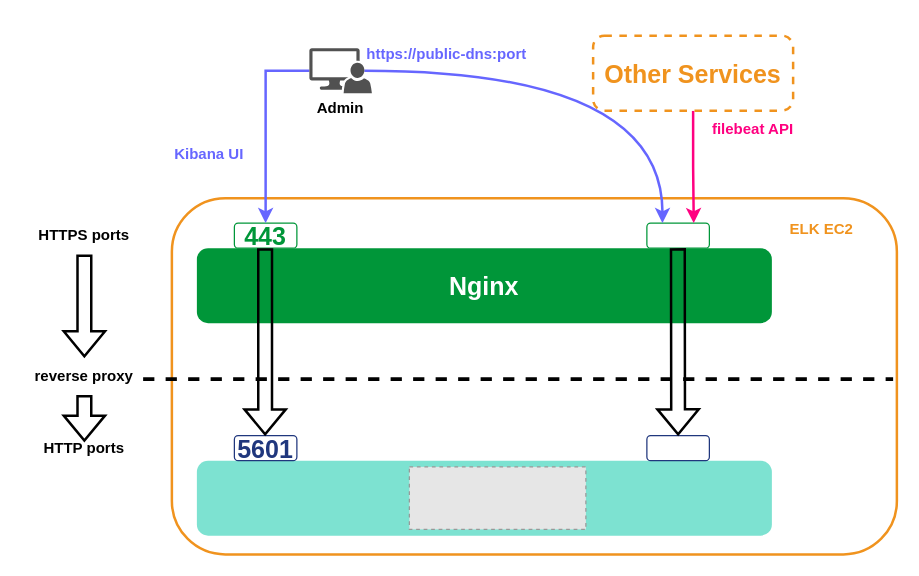
This is docs/docs/img/elk-deployment-diagram.drawio from QubitPi/hashistack, a draw.io file, before an edit. Source tidied: cells renumbered, new cells numbered last; positions are measured from the earlier drawing's top-left corner, leaving out a move shared by most shapes. Both pictures are drawn from the tidied source at 125%, with x=0, y=0 at pixel (21, 35). Pictures stored in the file or linked from it are replaced by grey dashed boxes.
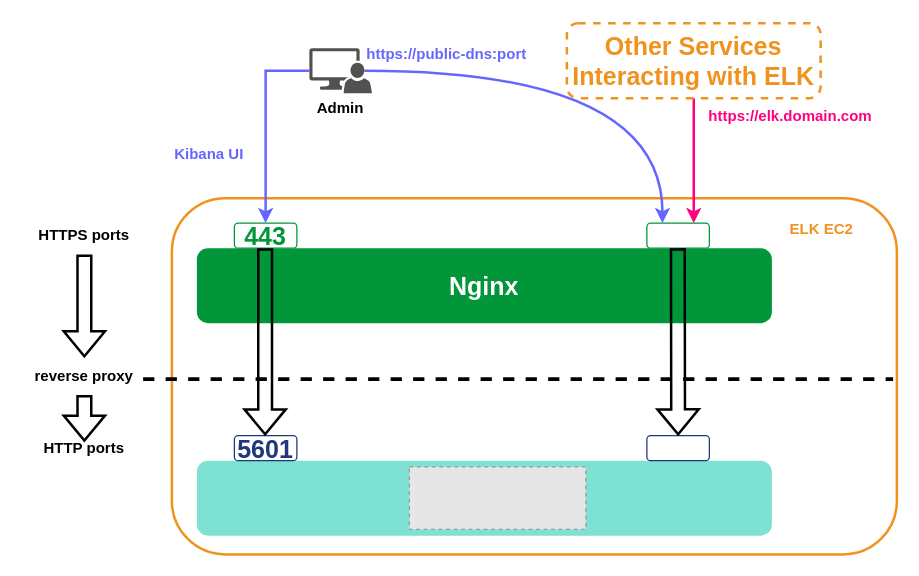
After the change.

Commit message (it also covers changes not shown here):
Update ELK deployment diagram (#151)

What changed in the source:
```diff
@@
-    <mxCell id="22" value="&lt;font color=&quot;#f0931e&quot; style=&quot;font-size: 20px;&quot;&gt;&lt;span&gt;Other Services&lt;/span&gt;&lt;/font&gt;" style="rounded=1;whiteSpace=wrap;html=1;strokeWidth=2;strokeColor=#F0931E;fontFamily=Ubuntu;fontStyle=1;dashed=1;" parent="1" vertex="1">
-      <mxGeometry x="457" width="160" height="60" as="geometry" />
+    <mxCell id="22" value="&lt;font color=&quot;#f0931e&quot; style=&quot;font-size: 20px;&quot;&gt;&lt;span&gt;Other Services&lt;br&gt;Interacting with ELK&lt;br&gt;&lt;/span&gt;&lt;/font&gt;" style="rounded=1;whiteSpace=wrap;html=1;strokeWidth=2;strokeColor=#F0931E;fontFamily=Ubuntu;fontStyle=1;dashed=1;" parent="1" vertex="1">
+      <mxGeometry x="436" y="-10" width="203" height="60" as="geometry" />
     </mxCell>
@@
-    <mxCell id="25" value="&lt;font&gt;&lt;span&gt;&lt;font color=&quot;#ff0080&quot;&gt;filebeat API&lt;/font&gt;&lt;br&gt;&lt;/span&gt;&lt;/font&gt;" style="text;html=1;strokeColor=none;fillColor=none;align=center;verticalAlign=middle;whiteSpace=wrap;rounded=0;fontFamily=Ubuntu;fontStyle=1;" parent="1" vertex="1">
-      <mxGeometry x="520" y="60" width="130" height="30" as="geometry" />
+    <mxCell id="25" value="&lt;font&gt;&lt;span&gt;&lt;font color=&quot;#ff0080&quot;&gt;https://elk.domain.com&lt;/font&gt;&lt;br&gt;&lt;/span&gt;&lt;/font&gt;" style="text;html=1;strokeColor=none;fillColor=none;align=center;verticalAlign=middle;whiteSpace=wrap;rounded=0;fontFamily=Ubuntu;fontStyle=1;" parent="1" vertex="1">
+      <mxGeometry x="550" y="50" width="130" height="30" as="geometry" />
     </mxCell>
```
